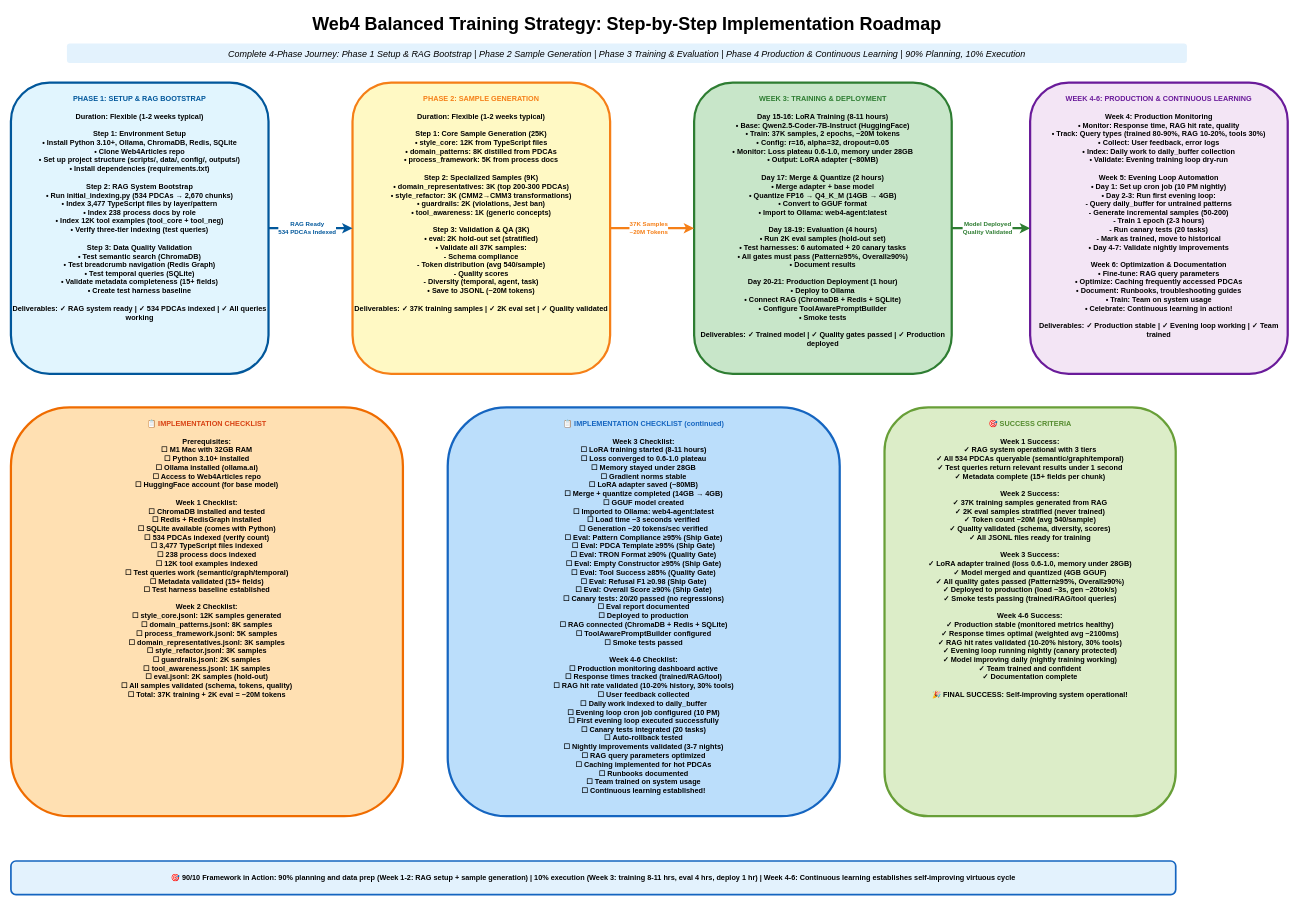
Before: page "Implementation Roadmap" (5 of 5) of Training/Web4_Balanced_Training_Architecture.drawio in hannesnortje/LLM_Training, a draw.io diagram. Source tidied: cells renumbered, new cells numbered last; positions are measured from the earlier drawing's top-left corner, leaving out a move shared by most shapes. Both pictures are drawn from the tidied source at 56%, with x=0, y=0 at pixel (11, 10).
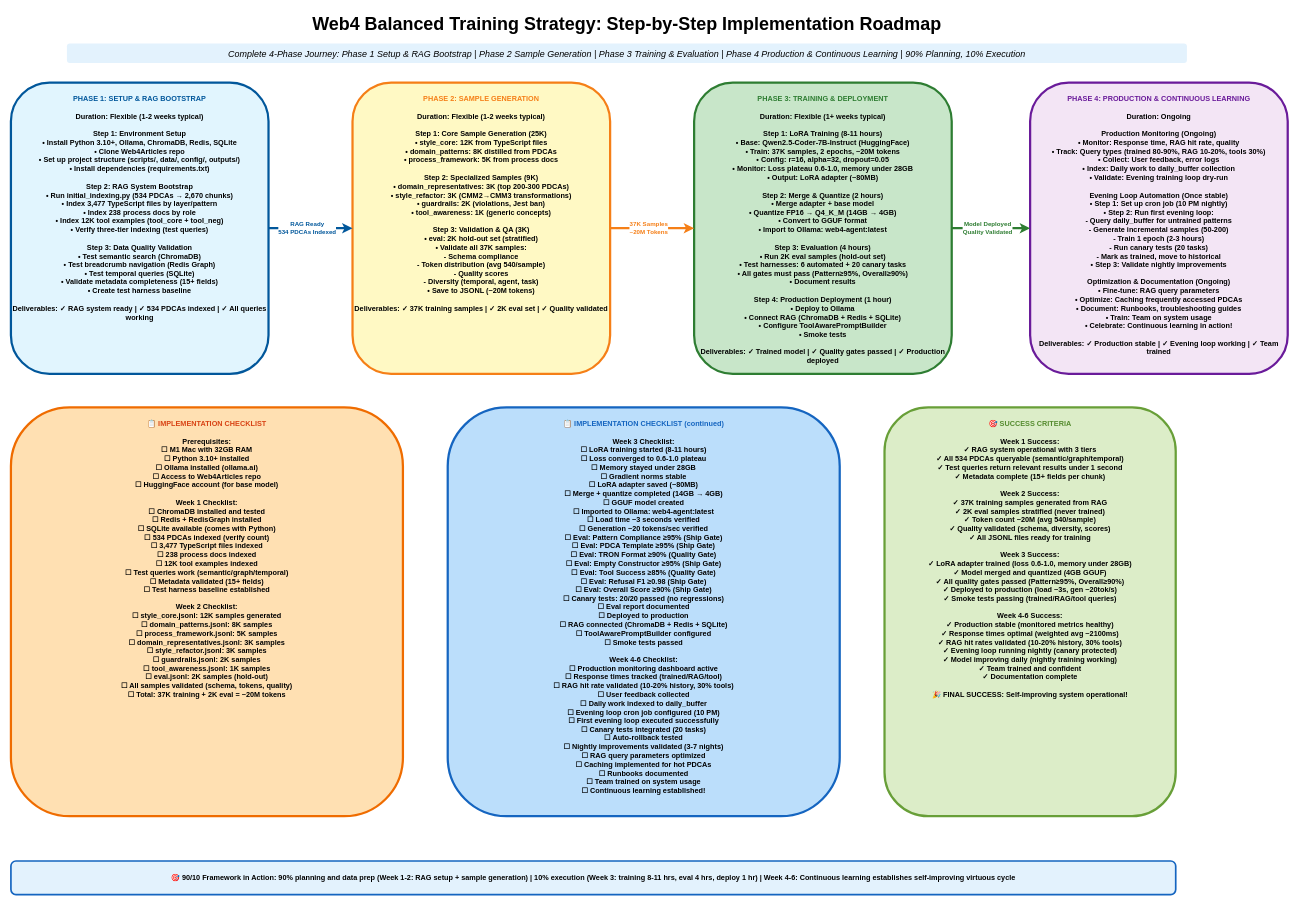
After the change.

Commit message (it also covers changes not shown here):
Complete Week-to-Phase and Day-to-Step conversion: Remove all remaining Week/Day references

The edit, as a diff of the source:
```diff
@@
 <mxGraphModel>
   <root>
     <mxCell id="0" />
     <mxCell id="1" parent="0" />
     <mxCell id="2" value="Web4 Balanced Training Strategy: Step-by-Step Implementation Roadmap" style="text;html=1;strokeColor=none;fillColor=none;align=center;verticalAlign=middle;whiteSpace=wrap;rounded=0;fontSize=32;fontStyle=1;" parent="1" vertex="1">
       <mxGeometry x="100" width="2000" height="50" as="geometry" />
     </mxCell>
     <mxCell id="3" value="Complete 4-Phase Journey: Phase 1 Setup &amp; RAG Bootstrap | Phase 2 Sample Generation | Phase 3 Training &amp; Evaluation | Phase 4 Production &amp; Continuous Learning | 90% Planning, 10% Execution" style="text;html=1;strokeColor=none;fillColor=#E3F2FD;align=center;verticalAlign=middle;whiteSpace=wrap;rounded=1;fontSize=16;fontStyle=2;" parent="1" vertex="1">
       <mxGeometry x="100" y="60" width="2000" height="35" as="geometry" />
     </mxCell>
     <mxCell id="4" value="&lt;font color=&quot;#01579B&quot;&gt;PHASE 1: SETUP &amp; RAG BOOTSTRAP&lt;/font&gt;&#10;&#10;Duration: Flexible (1-2 weeks typical)&#10;&#10;Step 1: Environment Setup&#10;• Install Python 3.10+, Ollama, ChromaDB, Redis, SQLite&#10;• Clone Web4Articles repo&#10;• Set up project structure (scripts/, data/, config/, outputs/)&#10;• Install dependencies (requirements.txt)&#10;&#10;Step 2: RAG System Bootstrap&#10;• Run initial_indexing.py (534 PDCAs → 2,670 chunks)&#10;• Index 3,477 TypeScript files by layer/pattern&#10;• Index 238 process docs by role&#10;• Index 12K tool examples (tool_core + tool_neg)&#10;• Verify three-tier indexing (test queries)&#10;&#10;Step 3: Data Quality Validation&#10;• Test semantic search (ChromaDB)&#10;• Test breadcrumb navigation (Redis Graph)&#10;• Test temporal queries (SQLite)&#10;• Validate metadata completeness (15+ fields)&#10;• Create test harness baseline&#10;&#10;Deliverables: ✓ RAG system ready | ✓ 534 PDCAs indexed | ✓ All queries working" style="rounded=1;whiteSpace=wrap;html=1;fillColor=#E1F5FE;strokeColor=#01579B;strokeWidth=4;fontSize=13;fontStyle=1;verticalAlign=top;spacingTop=15;" parent="1" vertex="1">
       <mxGeometry y="130" width="460" height="520" as="geometry" />
     </mxCell>
     <mxCell id="5" value="&lt;font color=&quot;#F57F17&quot;&gt;PHASE 2: SAMPLE GENERATION&lt;/font&gt;&#10;&#10;Duration: Flexible (1-2 weeks typical)&#10;&#10;Step 1: Core Sample Generation (25K)&#10;• style_core: 12K from TypeScript files&#10;• domain_patterns: 8K distilled from PDCAs&#10;• process_framework: 5K from process docs&#10;&#10;Step 2: Specialized Samples (9K)&#10;• domain_representatives: 3K (top 200-300 PDCAs)&#10;• style_refactor: 3K (CMM2→CMM3 transformations)&#10;• guardrails: 2K (violations, Jest ban)&#10;• tool_awareness: 1K (generic concepts)&#10;&#10;Step 3: Validation &amp; QA (3K)&#10;• eval: 2K hold-out set (stratified)&#10;• Validate all 37K samples:&#10;  - Schema compliance&#10;  - Token distribution (avg 540/sample)&#10;  - Quality scores&#10;  - Diversity (temporal, agent, task)&#10;• Save to JSONL (~20M tokens)&#10;&#10;Deliverables: ✓ 37K training samples | ✓ 2K eval set | ✓ Quality validated" style="rounded=1;whiteSpace=wrap;html=1;fillColor=#FFF9C4;strokeColor=#F57F17;strokeWidth=4;fontSize=13;fontStyle=1;verticalAlign=top;spacingTop=15;" parent="1" vertex="1">
       <mxGeometry x="610" y="130" width="460" height="520" as="geometry" />
     </mxCell>
-    <mxCell id="6" value="&lt;font color=&quot;#2E7D32&quot;&gt;WEEK 3: TRAINING &amp; DEPLOYMENT&lt;/font&gt;&#10;&#10;Day 15-16: LoRA Training (8-11 hours)&#10;• Base: Qwen2.5-Coder-7B-Instruct (HuggingFace)&#10;• Train: 37K samples, 2 epochs, ~20M tokens&#10;• Config: r=16, alpha=32, dropout=0.05&#10;• Monitor: Loss plateau 0.6-1.0, memory under 28GB&#10;• Output: LoRA adapter (~80MB)&#10;&#10;Day 17: Merge &amp; Quantize (2 hours)&#10;• Merge adapter + base model&#10;• Quantize FP16 → Q4_K_M (14GB → 4GB)&#10;• Convert to GGUF format&#10;• Import to Ollama: web4-agent:latest&#10;&#10;Day 18-19: Evaluation (4 hours)&#10;• Run 2K eval samples (hold-out set)&#10;• Test harnesses: 6 automated + 20 canary tasks&#10;• All gates must pass (Pattern≥95%, Overall≥90%)&#10;• Document results&#10;&#10;Day 20-21: Production Deployment (1 hour)&#10;• Deploy to Ollama&#10;• Connect RAG (ChromaDB + Redis + SQLite)&#10;• Configure ToolAwarePromptBuilder&#10;• Smoke tests&#10;&#10;Deliverables: ✓ Trained model | ✓ Quality gates passed | ✓ Production deployed" style="rounded=1;whiteSpace=wrap;html=1;fillColor=#C8E6C9;strokeColor=#2E7D32;strokeWidth=4;fontSize=13;fontStyle=1;verticalAlign=top;spacingTop=15;" parent="1" vertex="1">
+    <mxCell id="6" value="&lt;font color=&quot;#2E7D32&quot;&gt;PHASE 3: TRAINING &amp; DEPLOYMENT&lt;/font&gt;&#10;&#10;Duration: Flexible (1+ weeks typical)&#10;&#10;Step 1: LoRA Training (8-11 hours)&#10;• Base: Qwen2.5-Coder-7B-Instruct (HuggingFace)&#10;• Train: 37K samples, 2 epochs, ~20M tokens&#10;• Config: r=16, alpha=32, dropout=0.05&#10;• Monitor: Loss plateau 0.6-1.0, memory under 28GB&#10;• Output: LoRA adapter (~80MB)&#10;&#10;Step 2: Merge &amp; Quantize (2 hours)&#10;• Merge adapter + base model&#10;• Quantize FP16 → Q4_K_M (14GB → 4GB)&#10;• Convert to GGUF format&#10;• Import to Ollama: web4-agent:latest&#10;&#10;Step 3: Evaluation (4 hours)&#10;• Run 2K eval samples (hold-out set)&#10;• Test harnesses: 6 automated + 20 canary tasks&#10;• All gates must pass (Pattern≥95%, Overall≥90%)&#10;• Document results&#10;&#10;Step 4: Production Deployment (1 hour)&#10;• Deploy to Ollama&#10;• Connect RAG (ChromaDB + Redis + SQLite)&#10;• Configure ToolAwarePromptBuilder&#10;• Smoke tests&#10;&#10;Deliverables: ✓ Trained model | ✓ Quality gates passed | ✓ Production deployed" style="rounded=1;whiteSpace=wrap;html=1;fillColor=#C8E6C9;strokeColor=#2E7D32;strokeWidth=4;fontSize=13;fontStyle=1;verticalAlign=top;spacingTop=15;" parent="1" vertex="1">
       <mxGeometry x="1220" y="130" width="460" height="520" as="geometry" />
     </mxCell>
-    <mxCell id="7" value="&lt;font color=&quot;#6A1B9A&quot;&gt;WEEK 4-6: PRODUCTION &amp; CONTINUOUS LEARNING&lt;/font&gt;&#10;&#10;Week 4: Production Monitoring&#10;• Monitor: Response time, RAG hit rate, quality&#10;• Track: Query types (trained 80-90%, RAG 10-20%, tools 30%)&#10;• Collect: User feedback, error logs&#10;• Index: Daily work to daily_buffer collection&#10;• Validate: Evening training loop dry-run&#10;&#10;Week 5: Evening Loop Automation&#10;• Day 1: Set up cron job (10 PM nightly)&#10;• Day 2-3: Run first evening loop:&#10;  - Query daily_buffer for untrained patterns&#10;  - Generate incremental samples (50-200)&#10;  - Train 1 epoch (2-3 hours)&#10;  - Run canary tests (20 tasks)&#10;  - Mark as trained, move to historical&#10;• Day 4-7: Validate nightly improvements&#10;&#10;Week 6: Optimization &amp; Documentation&#10;• Fine-tune: RAG query parameters&#10;• Optimize: Caching frequently accessed PDCAs&#10;• Document: Runbooks, troubleshooting guides&#10;• Train: Team on system usage&#10;• Celebrate: Continuous learning in action!&#10;&#10;Deliverables: ✓ Production stable | ✓ Evening loop working | ✓ Team trained" style="rounded=1;whiteSpace=wrap;html=1;fillColor=#F3E5F5;strokeColor=#6A1B9A;strokeWidth=4;fontSize=13;fontStyle=1;verticalAlign=top;spacingTop=15;" parent="1" vertex="1">
+    <mxCell id="7" value="&lt;font color=&quot;#6A1B9A&quot;&gt;PHASE 4: PRODUCTION &amp; CONTINUOUS LEARNING&lt;/font&gt;&#10;&#10;Duration: Ongoing&#10;&#10;Production Monitoring (Ongoing)&#10;• Monitor: Response time, RAG hit rate, quality&#10;• Track: Query types (trained 80-90%, RAG 10-20%, tools 30%)&#10;• Collect: User feedback, error logs&#10;• Index: Daily work to daily_buffer collection&#10;• Validate: Evening training loop dry-run&#10;&#10;Evening Loop Automation (Once stable)&#10;• Step 1: Set up cron job (10 PM nightly)&#10;• Step 2: Run first evening loop:&#10;  - Query daily_buffer for untrained patterns&#10;  - Generate incremental samples (50-200)&#10;  - Train 1 epoch (2-3 hours)&#10;  - Run canary tests (20 tasks)&#10;  - Mark as trained, move to historical&#10;• Step 3: Validate nightly improvements&#10;&#10;Optimization &amp; Documentation (Ongoing)&#10;• Fine-tune: RAG query parameters&#10;• Optimize: Caching frequently accessed PDCAs&#10;• Document: Runbooks, troubleshooting guides&#10;• Train: Team on system usage&#10;• Celebrate: Continuous learning in action!&#10;&#10;Deliverables: ✓ Production stable | ✓ Evening loop working | ✓ Team trained" style="rounded=1;whiteSpace=wrap;html=1;fillColor=#F3E5F5;strokeColor=#6A1B9A;strokeWidth=4;fontSize=13;fontStyle=1;verticalAlign=top;spacingTop=15;" parent="1" vertex="1">
       <mxGeometry x="1820" y="130" width="460" height="520" as="geometry" />
     </mxCell>
     <mxCell id="8" style="endArrow=classic;html=1;rounded=0;strokeWidth=4;strokeColor=#01579B;exitX=1;exitY=0.5;exitDx=0;exitDy=0;entryX=0;entryY=0.5;entryDx=0;entryDy=0;" parent="1" edge="1" source="4" target="5">
       <mxGeometry relative="1" as="geometry" />
     </mxCell>
     <mxCell id="9" value="RAG Ready&#10;534 PDCAs Indexed" style="edgeLabel;html=1;align=center;verticalAlign=middle;fontSize=11;fontStyle=1;fontColor=#01579B;fillColor=#E1F5FE;strokeColor=#0288D1;rounded=1;" parent="8" vertex="1">
       <mxGeometry x="-0.1" y="1" relative="1" as="geometry" />
     </mxCell>
     <mxCell id="10" style="endArrow=classic;html=1;rounded=0;strokeWidth=4;strokeColor=#F57F17;exitX=1;exitY=0.5;exitDx=0;exitDy=0;entryX=0;entryY=0.5;entryDx=0;entryDy=0;" parent="1" edge="1" source="5" target="6">
       <mxGeometry relative="1" as="geometry" />
     </mxCell>
     <mxCell id="11" value="37K Samples&#10;~20M Tokens" style="edgeLabel;html=1;align=center;verticalAlign=middle;fontSize=11;fontStyle=1;fontColor=#F57F17;fillColor=#FFF9C4;strokeColor=#F9A825;rounded=1;" parent="10" vertex="1">
       <mxGeometry x="-0.1" y="1" relative="1" as="geometry" />
     </mxCell>
     <mxCell id="12" style="endArrow=classic;html=1;rounded=0;strokeWidth=4;strokeColor=#2E7D32;exitX=1;exitY=0.5;exitDx=0;exitDy=0;entryX=0;entryY=0.5;entryDx=0;entryDy=0;" parent="1" edge="1" source="6" target="7">
       <mxGeometry relative="1" as="geometry" />
     </mxCell>
     <mxCell id="13" value="Model Deployed&#10;Quality Validated" style="edgeLabel;html=1;align=center;verticalAlign=middle;fontSize=11;fontStyle=1;fontColor=#2E7D32;fillColor=#C8E6C9;strokeColor=#43A047;rounded=1;" parent="12" vertex="1">
       <mxGeometry x="-0.1" y="1" relative="1" as="geometry" />
     </mxCell>
     <mxCell id="14" value="&lt;font color=&quot;#D84315&quot;&gt;📋 IMPLEMENTATION CHECKLIST&lt;/font&gt;&#10;&#10;Prerequisites:&#10;☐ M1 Mac with 32GB RAM&#10;☐ Python 3.10+ installed&#10;☐ Ollama installed (ollama.ai)&#10;☐ Access to Web4Articles repo&#10;☐ HuggingFace account (for base model)&#10;&#10;Week 1 Checklist:&#10;☐ ChromaDB installed and tested&#10;☐ Redis + RedisGraph installed&#10;☐ SQLite available (comes with Python)&#10;☐ 534 PDCAs indexed (verify count)&#10;☐ 3,477 TypeScript files indexed&#10;☐ 238 process docs indexed&#10;☐ 12K tool examples indexed&#10;☐ Test queries work (semantic/graph/temporal)&#10;☐ Metadata validated (15+ fields)&#10;☐ Test harness baseline established&#10;&#10;Week 2 Checklist:&#10;☐ style_core.jsonl: 12K samples generated&#10;☐ domain_patterns.jsonl: 8K samples&#10;☐ process_framework.jsonl: 5K samples&#10;☐ domain_representatives.jsonl: 3K samples&#10;☐ style_refactor.jsonl: 3K samples&#10;☐ guardrails.jsonl: 2K samples&#10;☐ tool_awareness.jsonl: 1K samples&#10;☐ eval.jsonl: 2K samples (hold-out)&#10;☐ All samples validated (schema, tokens, quality)&#10;☐ Total: 37K training + 2K eval = ~20M tokens" style="rounded=1;whiteSpace=wrap;html=1;fillColor=#FFE0B2;strokeColor=#EF6C00;strokeWidth=4;fontSize=13;fontStyle=1;verticalAlign=top;spacingTop=15;" parent="1" vertex="1">
       <mxGeometry y="710" width="700" height="730" as="geometry" />
     </mxCell>
     <mxCell id="15" value="&lt;font color=&quot;#1565C0&quot;&gt;📋 IMPLEMENTATION CHECKLIST (continued)&lt;/font&gt;&#10;&#10;Week 3 Checklist:&#10;☐ LoRA training started (8-11 hours)&#10;☐ Loss converged to 0.6-1.0 plateau&#10;☐ Memory stayed under 28GB&#10;☐ Gradient norms stable&#10;☐ LoRA adapter saved (~80MB)&#10;☐ Merge + quantize completed (14GB → 4GB)&#10;☐ GGUF model created&#10;☐ Imported to Ollama: web4-agent:latest&#10;☐ Load time ~3 seconds verified&#10;☐ Generation ~20 tokens/sec verified&#10;☐ Eval: Pattern Compliance ≥95% (Ship Gate)&#10;☐ Eval: PDCA Template ≥95% (Ship Gate)&#10;☐ Eval: TRON Format ≥90% (Quality Gate)&#10;☐ Eval: Empty Constructor ≥95% (Ship Gate)&#10;☐ Eval: Tool Success ≥85% (Quality Gate)&#10;☐ Eval: Refusal F1 ≥0.98 (Ship Gate)&#10;☐ Eval: Overall Score ≥90% (Ship Gate)&#10;☐ Canary tests: 20/20 passed (no regressions)&#10;☐ Eval report documented&#10;☐ Deployed to production&#10;☐ RAG connected (ChromaDB + Redis + SQLite)&#10;☐ ToolAwarePromptBuilder configured&#10;☐ Smoke tests passed&#10;&#10;Week 4-6 Checklist:&#10;☐ Production monitoring dashboard active&#10;☐ Response times tracked (trained/RAG/tool)&#10;☐ RAG hit rate validated (10-20% history, 30% tools)&#10;☐ User feedback collected&#10;☐ Daily work indexed to daily_buffer&#10;☐ Evening loop cron job configured (10 PM)&#10;☐ First evening loop executed successfully&#10;☐ Canary tests integrated (20 tasks)&#10;☐ Auto-rollback tested&#10;☐ Nightly improvements validated (3-7 nights)&#10;☐ RAG query parameters optimized&#10;☐ Caching implemented for hot PDCAs&#10;☐ Runbooks documented&#10;☐ Team trained on system usage&#10;☐ Continuous learning established!" style="rounded=1;whiteSpace=wrap;html=1;fillColor=#BBDEFB;strokeColor=#1565C0;strokeWidth=4;fontSize=13;fontStyle=1;verticalAlign=top;spacingTop=15;" parent="1" vertex="1">
       <mxGeometry x="780" y="710" width="700" height="730" as="geometry" />
     </mxCell>
     <mxCell id="16" value="&lt;font color=&quot;#558B2F&quot;&gt;🎯 SUCCESS CRITERIA&lt;/font&gt;&#10;&#10;Week 1 Success:&#10;✓ RAG system operational with 3 tiers&#10;✓ All 534 PDCAs queryable (semantic/graph/temporal)&#10;✓ Test queries return relevant results under 1 second&#10;✓ Metadata complete (15+ fields per chunk)&#10;&#10;Week 2 Success:&#10;✓ 37K training samples generated from RAG&#10;✓ 2K eval samples stratified (never trained)&#10;✓ Token count ~20M (avg 540/sample)&#10;✓ Quality validated (schema, diversity, scores)&#10;✓ All JSONL files ready for training&#10;&#10;Week 3 Success:&#10;✓ LoRA adapter trained (loss 0.6-1.0, memory under 28GB)&#10;✓ Model merged and quantized (4GB GGUF)&#10;✓ All quality gates passed (Pattern≥95%, Overall≥90%)&#10;✓ Deployed to production (load ~3s, gen ~20tok/s)&#10;✓ Smoke tests passing (trained/RAG/tool queries)&#10;&#10;Week 4-6 Success:&#10;✓ Production stable (monitored metrics healthy)&#10;✓ Response times optimal (weighted avg ~2100ms)&#10;✓ RAG hit rates validated (10-20% history, 30% tools)&#10;✓ Evening loop running nightly (canary protected)&#10;✓ Model improving daily (nightly training working)&#10;✓ Team trained and confident&#10;✓ Documentation complete&#10;&#10;🎉 FINAL SUCCESS: Self-improving system operational!" style="rounded=1;whiteSpace=wrap;html=1;fillColor=#DCEDC8;strokeColor=#689F38;strokeWidth=4;fontSize=13;fontStyle=1;verticalAlign=top;spacingTop=15;" parent="1" vertex="1">
       <mxGeometry x="1560" y="710" width="520" height="730" as="geometry" />
     </mxCell>
     <mxCell id="17" value="🎯 90/10 Framework in Action: 90% planning and data prep (Week 1-2: RAG setup + sample generation) | 10% execution (Week 3: training 8-11 hrs, eval 4 hrs, deploy 1 hr) | Week 4-6: Continuous learning establishes self-improving virtuous cycle" style="rounded=1;whiteSpace=wrap;html=1;fillColor=#E3F2FD;strokeColor=#1565C0;strokeWidth=3;align=center;verticalAlign=middle;fontSize=13;fontStyle=1;" parent="1" vertex="1">
       <mxGeometry y="1520" width="2080" height="60" as="geometry" />
     </mxCell>
   </root>
 </mxGraphModel>
```
